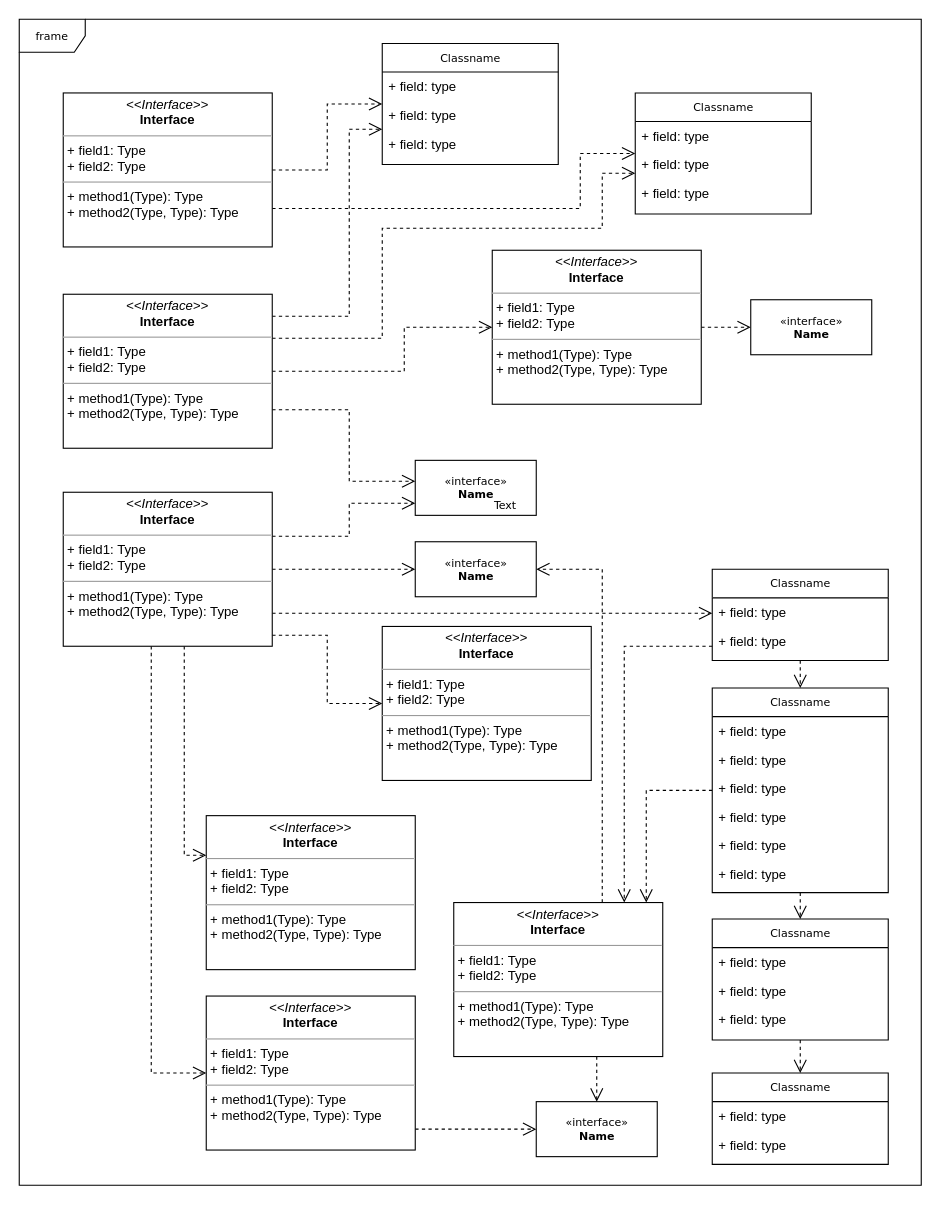
Before: page "Page-1" (1 of 2) of UserCase.drawio in aniareyouok/Backend, a draw.io diagram. Source tidied: cells renumbered, new cells numbered last; positions are measured from the earlier drawing's top-left corner, leaving out a move shared by most shapes. Both pictures are drawn from the tidied source at 110%, with x=0, y=0 at pixel (19, 19).
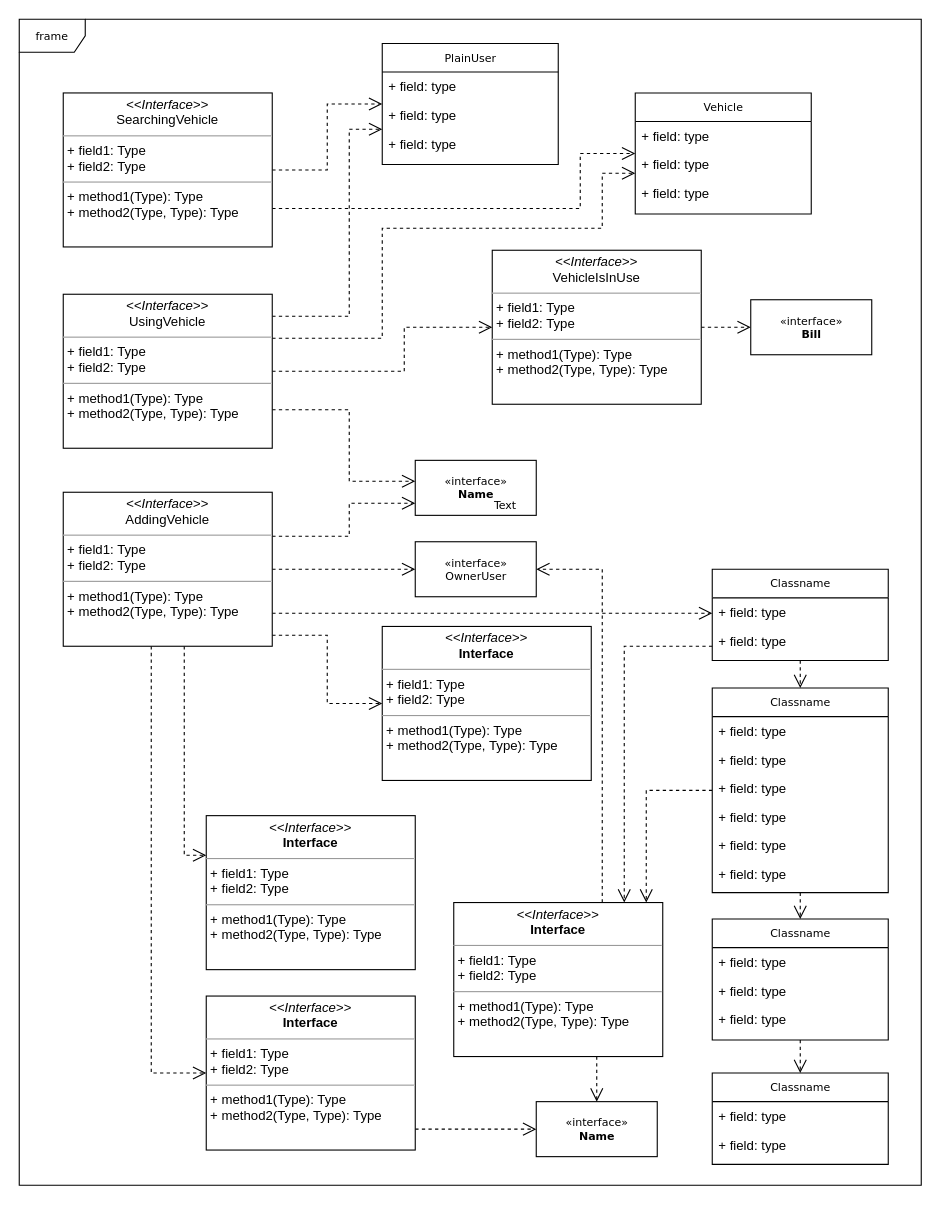
After the change.

Change to the diagram source:
```diff
@@
-    <mxCell id="12" value="Classname" style="swimlane;html=1;fontStyle=0;horizontal=1;startSize=26;fillColor=none;swimlaneFillColor=#ffffff;rounded=0;shadow=0;comic=0;labelBackgroundColor=none;strokeWidth=1;fontFamily=Verdana;fontSize=10;align=center;" parent="1" vertex="1">
+    <mxCell id="12" value="PlainUser" style="swimlane;html=1;fontStyle=0;horizontal=1;startSize=26;fillColor=none;swimlaneFillColor=#ffffff;rounded=0;shadow=0;comic=0;labelBackgroundColor=none;strokeWidth=1;fontFamily=Verdana;fontSize=10;align=center;" parent="1" vertex="1">
       <mxGeometry x="330" y="22" width="160" height="110" as="geometry" />
     </mxCell>
@@
-    <mxCell id="16" value="Classname" style="swimlane;html=1;fontStyle=0;horizontal=1;startSize=26;fillColor=none;swimlaneFillColor=#ffffff;rounded=0;shadow=0;comic=0;labelBackgroundColor=none;strokeWidth=1;fontFamily=Verdana;fontSize=10;align=center;" parent="1" vertex="1">
+    <mxCell id="16" value="Vehicle" style="swimlane;html=1;fontStyle=0;horizontal=1;startSize=26;fillColor=none;swimlaneFillColor=#ffffff;rounded=0;shadow=0;comic=0;labelBackgroundColor=none;strokeWidth=1;fontFamily=Verdana;fontSize=10;align=center;" parent="1" vertex="1">
       <mxGeometry x="560" y="67" width="160" height="110" as="geometry" />
     </mxCell>
@@
-    <mxCell id="40" value="&amp;laquo;interface&amp;raquo;&lt;br&gt;&lt;b&gt;Name&lt;/b&gt;" style="html=1;rounded=0;shadow=0;comic=0;labelBackgroundColor=none;strokeWidth=1;fontFamily=Verdana;fontSize=10;align=center;" parent="1" vertex="1">
+    <mxCell id="40" value="«interface»&lt;br&gt;OwnerUser" style="html=1;rounded=0;shadow=0;comic=0;labelBackgroundColor=none;strokeWidth=1;fontFamily=Verdana;fontSize=10;align=center;" parent="1" vertex="1">
       <mxGeometry x="360" y="475" width="110" height="50" as="geometry" />
     </mxCell>
@@
-    <mxCell id="43" value="&lt;p style=&quot;margin:0px;margin-top:4px;text-align:center;&quot;&gt;&lt;i&gt;&amp;lt;&amp;lt;Interface&amp;gt;&amp;gt;&lt;/i&gt;&lt;br/&gt;&lt;b&gt;Interface&lt;/b&gt;&lt;/p&gt;&lt;hr size=&quot;1&quot;/&gt;&lt;p style=&quot;margin:0px;margin-left:4px;&quot;&gt;+ field1: Type&lt;br/&gt;+ field2: Type&lt;/p&gt;&lt;hr size=&quot;1&quot;/&gt;&lt;p style=&quot;margin:0px;margin-left:4px;&quot;&gt;+ method1(Type): Type&lt;br/&gt;+ method2(Type, Type): Type&lt;/p&gt;" style="verticalAlign=top;align=left;overflow=fill;fontSize=12;fontFamily=Helvetica;html=1;rounded=0;shadow=0;comic=0;labelBackgroundColor=none;strokeWidth=1;" parent="1" vertex="1">
+    <mxCell id="43" value="&lt;p style=&quot;margin: 0px ; margin-top: 4px ; text-align: center&quot;&gt;&lt;i&gt;&amp;lt;&amp;lt;Interface&amp;gt;&amp;gt;&lt;/i&gt;&lt;br&gt;VehicleIsInUse&lt;/p&gt;&lt;hr size=&quot;1&quot;&gt;&lt;p style=&quot;margin: 0px ; margin-left: 4px&quot;&gt;+ field1: Type&lt;br&gt;+ field2: Type&lt;/p&gt;&lt;hr size=&quot;1&quot;&gt;&lt;p style=&quot;margin: 0px ; margin-left: 4px&quot;&gt;+ method1(Type): Type&lt;br&gt;+ method2(Type, Type): Type&lt;/p&gt;" style="verticalAlign=top;align=left;overflow=fill;fontSize=12;fontFamily=Helvetica;html=1;rounded=0;shadow=0;comic=0;labelBackgroundColor=none;strokeWidth=1;" parent="1" vertex="1">
       <mxGeometry x="430" y="210" width="190" height="140" as="geometry" />
     </mxCell>
@@
-    <mxCell id="45" value="&amp;laquo;interface&amp;raquo;&lt;br&gt;&lt;b&gt;Name&lt;/b&gt;" style="html=1;rounded=0;shadow=0;comic=0;labelBackgroundColor=none;strokeWidth=1;fontFamily=Verdana;fontSize=10;align=center;" parent="1" vertex="1">
+    <mxCell id="45" value="«interface»&lt;br&gt;&lt;b&gt;Bill&lt;/b&gt;" style="html=1;rounded=0;shadow=0;comic=0;labelBackgroundColor=none;strokeWidth=1;fontFamily=Verdana;fontSize=10;align=center;" parent="1" vertex="1">
       <mxGeometry x="665" y="255" width="110" height="50" as="geometry" />
     </mxCell>
@@
-    <mxCell id="48" value="&lt;p style=&quot;margin:0px;margin-top:4px;text-align:center;&quot;&gt;&lt;i&gt;&amp;lt;&amp;lt;Interface&amp;gt;&amp;gt;&lt;/i&gt;&lt;br/&gt;&lt;b&gt;Interface&lt;/b&gt;&lt;/p&gt;&lt;hr size=&quot;1&quot;/&gt;&lt;p style=&quot;margin:0px;margin-left:4px;&quot;&gt;+ field1: Type&lt;br/&gt;+ field2: Type&lt;/p&gt;&lt;hr size=&quot;1&quot;/&gt;&lt;p style=&quot;margin:0px;margin-left:4px;&quot;&gt;+ method1(Type): Type&lt;br/&gt;+ method2(Type, Type): Type&lt;/p&gt;" style="verticalAlign=top;align=left;overflow=fill;fontSize=12;fontFamily=Helvetica;html=1;rounded=0;shadow=0;comic=0;labelBackgroundColor=none;strokeWidth=1;" parent="1" vertex="1">
+    <mxCell id="48" value="&lt;p style=&quot;margin: 0px ; margin-top: 4px ; text-align: center&quot;&gt;&lt;i&gt;&amp;lt;&amp;lt;Interface&amp;gt;&amp;gt;&lt;/i&gt;&lt;br&gt;SearchingVehicle&lt;/p&gt;&lt;hr size=&quot;1&quot;&gt;&lt;p style=&quot;margin: 0px ; margin-left: 4px&quot;&gt;+ field1: Type&lt;br&gt;+ field2: Type&lt;/p&gt;&lt;hr size=&quot;1&quot;&gt;&lt;p style=&quot;margin: 0px ; margin-left: 4px&quot;&gt;+ method1(Type): Type&lt;br&gt;+ method2(Type, Type): Type&lt;/p&gt;" style="verticalAlign=top;align=left;overflow=fill;fontSize=12;fontFamily=Helvetica;html=1;rounded=0;shadow=0;comic=0;labelBackgroundColor=none;strokeWidth=1;" parent="1" vertex="1">
       <mxGeometry x="40" y="67" width="190" height="140" as="geometry" />
     </mxCell>
@@
-    <mxCell id="53" value="&lt;p style=&quot;margin:0px;margin-top:4px;text-align:center;&quot;&gt;&lt;i&gt;&amp;lt;&amp;lt;Interface&amp;gt;&amp;gt;&lt;/i&gt;&lt;br/&gt;&lt;b&gt;Interface&lt;/b&gt;&lt;/p&gt;&lt;hr size=&quot;1&quot;/&gt;&lt;p style=&quot;margin:0px;margin-left:4px;&quot;&gt;+ field1: Type&lt;br/&gt;+ field2: Type&lt;/p&gt;&lt;hr size=&quot;1&quot;/&gt;&lt;p style=&quot;margin:0px;margin-left:4px;&quot;&gt;+ method1(Type): Type&lt;br/&gt;+ method2(Type, Type): Type&lt;/p&gt;" style="verticalAlign=top;align=left;overflow=fill;fontSize=12;fontFamily=Helvetica;html=1;rounded=0;shadow=0;comic=0;labelBackgroundColor=none;strokeWidth=1;" parent="1" vertex="1">
+    <mxCell id="53" value="&lt;p style=&quot;margin: 0px ; margin-top: 4px ; text-align: center&quot;&gt;&lt;i&gt;&amp;lt;&amp;lt;Interface&amp;gt;&amp;gt;&lt;/i&gt;&lt;br&gt;UsingVehicle&lt;br&gt;&lt;/p&gt;&lt;hr size=&quot;1&quot;&gt;&lt;p style=&quot;margin: 0px ; margin-left: 4px&quot;&gt;+ field1: Type&lt;br&gt;+ field2: Type&lt;/p&gt;&lt;hr size=&quot;1&quot;&gt;&lt;p style=&quot;margin: 0px ; margin-left: 4px&quot;&gt;+ method1(Type): Type&lt;br&gt;+ method2(Type, Type): Type&lt;/p&gt;" style="verticalAlign=top;align=left;overflow=fill;fontSize=12;fontFamily=Helvetica;html=1;rounded=0;shadow=0;comic=0;labelBackgroundColor=none;strokeWidth=1;" parent="1" vertex="1">
       <mxGeometry x="40" y="250" width="190" height="140" as="geometry" />
     </mxCell>
@@
-    <mxCell id="60" value="&lt;p style=&quot;margin:0px;margin-top:4px;text-align:center;&quot;&gt;&lt;i&gt;&amp;lt;&amp;lt;Interface&amp;gt;&amp;gt;&lt;/i&gt;&lt;br/&gt;&lt;b&gt;Interface&lt;/b&gt;&lt;/p&gt;&lt;hr size=&quot;1&quot;/&gt;&lt;p style=&quot;margin:0px;margin-left:4px;&quot;&gt;+ field1: Type&lt;br/&gt;+ field2: Type&lt;/p&gt;&lt;hr size=&quot;1&quot;/&gt;&lt;p style=&quot;margin:0px;margin-left:4px;&quot;&gt;+ method1(Type): Type&lt;br/&gt;+ method2(Type, Type): Type&lt;/p&gt;" style="verticalAlign=top;align=left;overflow=fill;fontSize=12;fontFamily=Helvetica;html=1;rounded=0;shadow=0;comic=0;labelBackgroundColor=none;strokeWidth=1;" parent="1" vertex="1">
+    <mxCell id="60" value="&lt;p style=&quot;margin: 0px ; margin-top: 4px ; text-align: center&quot;&gt;&lt;i&gt;&amp;lt;&amp;lt;Interface&amp;gt;&amp;gt;&lt;/i&gt;&lt;br&gt;AddingVehicle&lt;/p&gt;&lt;hr size=&quot;1&quot;&gt;&lt;p style=&quot;margin: 0px ; margin-left: 4px&quot;&gt;+ field1: Type&lt;br&gt;+ field2: Type&lt;/p&gt;&lt;hr size=&quot;1&quot;&gt;&lt;p style=&quot;margin: 0px ; margin-left: 4px&quot;&gt;+ method1(Type): Type&lt;br&gt;+ method2(Type, Type): Type&lt;/p&gt;" style="verticalAlign=top;align=left;overflow=fill;fontSize=12;fontFamily=Helvetica;html=1;rounded=0;shadow=0;comic=0;labelBackgroundColor=none;strokeWidth=1;" parent="1" vertex="1">
       <mxGeometry x="40" y="430" width="190" height="140" as="geometry" />
     </mxCell>
```
